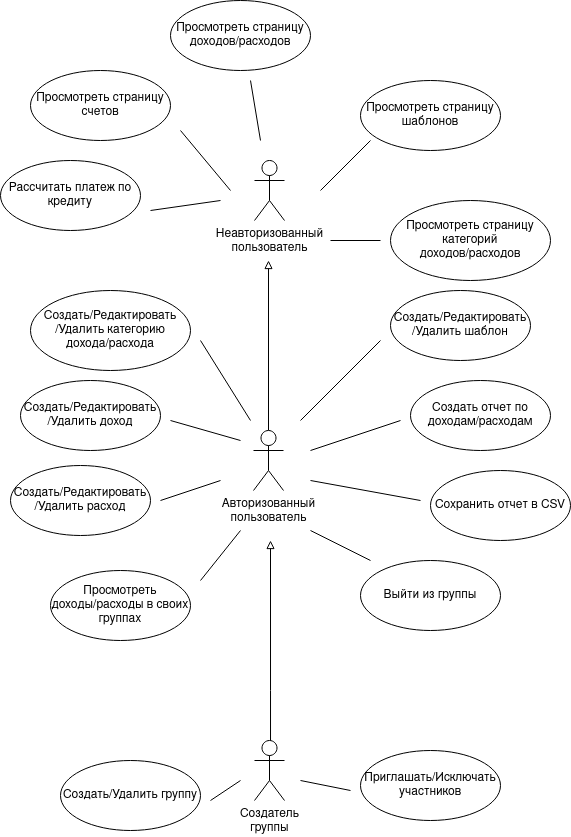
Above: diagrams/UseCase.png in dany0k/TP-5.2-2 (draw.io), before the change. Source tidied: cells renumbered, new cells last; positions are measured from the earlier drawing's top-left corner, leaving out a move shared by most shapes. Its diagram source:
```xml
<mxGraphModel>
  <root>
    <mxCell id="0" />
    <mxCell id="1" parent="0" />
    <mxCell id="2" value="&lt;div&gt;Неавторизованный&lt;/div&gt;&lt;div&gt;пользователь&lt;br&gt;&lt;/div&gt;" style="shape=umlActor;verticalLabelPosition=bottom;verticalAlign=top;html=1;" parent="1" vertex="1">
      <mxGeometry x="254" y="160" width="30" height="60" as="geometry" />
    </mxCell>
    <mxCell id="3" style="edgeStyle=orthogonalEdgeStyle;rounded=0;jettySize=auto;html=1;endArrow=block;endFill=0;" parent="1" edge="1" source="4">
      <mxGeometry relative="1" as="geometry">
        <mxPoint x="268" y="260" as="targetPoint" />
      </mxGeometry>
    </mxCell>
    <mxCell id="4" value="&lt;div&gt;Авторизованный&lt;/div&gt;&lt;div&gt;пользователь&lt;br&gt;&lt;/div&gt;" style="shape=umlActor;verticalLabelPosition=bottom;verticalAlign=top;html=1;outlineConnect=0;" parent="1" vertex="1">
      <mxGeometry x="253" y="430" width="30" height="60" as="geometry" />
    </mxCell>
    <mxCell id="5" style="edgeStyle=orthogonalEdgeStyle;rounded=0;jettySize=auto;html=1;endArrow=block;endFill=0;" parent="1" edge="1" source="6">
      <mxGeometry relative="1" as="geometry">
        <mxPoint x="270" y="540" as="targetPoint" />
        <Array as="points">
          <mxPoint x="270" y="690" />
          <mxPoint x="270" y="690" />
        </Array>
      </mxGeometry>
    </mxCell>
    <mxCell id="6" value="&lt;div&gt;Создатель&lt;/div&gt;&lt;div&gt;группы&lt;br&gt;&lt;/div&gt;" style="shape=umlActor;verticalLabelPosition=bottom;verticalAlign=top;html=1;outlineConnect=0;" parent="1" vertex="1">
      <mxGeometry x="254" y="740" width="30" height="60" as="geometry" />
    </mxCell>
    <mxCell id="7" value="Рассчитать платеж по кредиту" style="ellipse;whiteSpace=wrap;html=1;" parent="1" vertex="1">
      <mxGeometry y="160" width="140" height="70" as="geometry" />
    </mxCell>
    <mxCell id="8" value="Просмотреть страницу счетов" style="ellipse;whiteSpace=wrap;html=1;" parent="1" vertex="1">
      <mxGeometry x="30" y="70" width="140" height="70" as="geometry" />
    </mxCell>
    <mxCell id="9" value="Просмотреть страницу доходов/расходов" style="ellipse;whiteSpace=wrap;html=1;" parent="1" vertex="1">
      <mxGeometry x="170" width="140" height="70" as="geometry" />
    </mxCell>
    <mxCell id="10" value="Просмотреть страницу шаблонов" style="ellipse;whiteSpace=wrap;html=1;" parent="1" vertex="1">
      <mxGeometry x="360" y="80" width="140" height="70" as="geometry" />
    </mxCell>
    <mxCell id="11" value="Просмотреть страницу категорий доходов/расходов" style="ellipse;whiteSpace=wrap;html=1;" parent="1" vertex="1">
      <mxGeometry x="390" y="200" width="160" height="80" as="geometry" />
    </mxCell>
    <mxCell id="12" style="endArrow=none;html=1;rounded=0;" parent="1" edge="1">
      <mxGeometry relative="1" as="geometry">
        <mxPoint x="320" y="190" as="sourcePoint" />
        <mxPoint x="370" y="140" as="targetPoint" />
      </mxGeometry>
    </mxCell>
    <mxCell id="13" style="endArrow=none;html=1;rounded=0;" parent="1" edge="1">
      <mxGeometry relative="1" as="geometry">
        <mxPoint x="330" y="240" as="sourcePoint" />
        <mxPoint x="380" y="240" as="targetPoint" />
      </mxGeometry>
    </mxCell>
    <mxCell id="14" style="endArrow=none;html=1;rounded=0;" parent="1" edge="1">
      <mxGeometry relative="1" as="geometry">
        <mxPoint x="260" y="140" as="sourcePoint" />
        <mxPoint x="250" y="80" as="targetPoint" />
      </mxGeometry>
    </mxCell>
    <mxCell id="15" style="endArrow=none;html=1;rounded=0;" parent="1" edge="1">
      <mxGeometry relative="1" as="geometry">
        <mxPoint x="230" y="190" as="sourcePoint" />
        <mxPoint x="180" y="130" as="targetPoint" />
      </mxGeometry>
    </mxCell>
    <mxCell id="16" style="endArrow=none;html=1;rounded=0;" parent="1" edge="1">
      <mxGeometry relative="1" as="geometry">
        <mxPoint x="150" y="210" as="sourcePoint" />
        <mxPoint x="220" y="200" as="targetPoint" />
      </mxGeometry>
    </mxCell>
    <mxCell id="17" value="Создать/Редактировать/Удалить доход" style="ellipse;whiteSpace=wrap;html=1;" parent="1" vertex="1">
      <mxGeometry x="20" y="380" width="140" height="70" as="geometry" />
    </mxCell>
    <mxCell id="18" value="Создать/Редактировать/Удалить расход" style="ellipse;whiteSpace=wrap;html=1;" parent="1" vertex="1">
      <mxGeometry x="10" y="465" width="140" height="70" as="geometry" />
    </mxCell>
    <mxCell id="19" value="Создать/Редактировать/Удалить категорию дохода/расхода" style="ellipse;whiteSpace=wrap;html=1;" parent="1" vertex="1">
      <mxGeometry x="30" y="290" width="160" height="80" as="geometry" />
    </mxCell>
    <mxCell id="20" value="Создать/Редактировать/Удалить шаблон" style="ellipse;whiteSpace=wrap;html=1;" parent="1" vertex="1">
      <mxGeometry x="390" y="290" width="140" height="70" as="geometry" />
    </mxCell>
    <mxCell id="21" value="Сохранить отчет в CSV" style="ellipse;whiteSpace=wrap;html=1;" parent="1" vertex="1">
      <mxGeometry x="430" y="470" width="140" height="70" as="geometry" />
    </mxCell>
    <mxCell id="22" value="Создать отчет по доходам/расходам" style="ellipse;whiteSpace=wrap;html=1;" parent="1" vertex="1">
      <mxGeometry x="410" y="380" width="140" height="70" as="geometry" />
    </mxCell>
    <mxCell id="23" value="Просмотреть доходы/расходы в своих группах " style="ellipse;whiteSpace=wrap;html=1;" parent="1" vertex="1">
      <mxGeometry x="50" y="570" width="140" height="70" as="geometry" />
    </mxCell>
    <mxCell id="24" value="Выйти из группы" style="ellipse;whiteSpace=wrap;html=1;" parent="1" vertex="1">
      <mxGeometry x="360" y="560" width="140" height="70" as="geometry" />
    </mxCell>
    <mxCell id="25" style="endArrow=none;html=1;rounded=0;" parent="1" edge="1">
      <mxGeometry relative="1" as="geometry">
        <mxPoint x="250" y="420" as="sourcePoint" />
        <mxPoint x="200" y="340" as="targetPoint" />
      </mxGeometry>
    </mxCell>
    <mxCell id="26" style="endArrow=none;html=1;rounded=0;" parent="1" edge="1">
      <mxGeometry relative="1" as="geometry">
        <mxPoint x="240" y="440" as="sourcePoint" />
        <mxPoint x="170" y="420" as="targetPoint" />
      </mxGeometry>
    </mxCell>
    <mxCell id="27" style="endArrow=none;html=1;rounded=0;" parent="1" edge="1">
      <mxGeometry relative="1" as="geometry">
        <mxPoint x="160" y="500" as="sourcePoint" />
        <mxPoint x="220" y="480" as="targetPoint" />
      </mxGeometry>
    </mxCell>
    <mxCell id="28" style="endArrow=none;html=1;rounded=0;" parent="1" edge="1">
      <mxGeometry relative="1" as="geometry">
        <mxPoint x="200" y="580" as="sourcePoint" />
        <mxPoint x="240" y="530" as="targetPoint" />
      </mxGeometry>
    </mxCell>
    <mxCell id="29" style="endArrow=none;html=1;rounded=0;" parent="1" edge="1">
      <mxGeometry relative="1" as="geometry">
        <mxPoint x="300" y="420" as="sourcePoint" />
        <mxPoint x="380" y="340" as="targetPoint" />
      </mxGeometry>
    </mxCell>
    <mxCell id="30" style="endArrow=none;html=1;rounded=0;" parent="1" edge="1">
      <mxGeometry relative="1" as="geometry">
        <mxPoint x="310" y="450" as="sourcePoint" />
        <mxPoint x="400" y="420" as="targetPoint" />
      </mxGeometry>
    </mxCell>
    <mxCell id="31" style="endArrow=none;html=1;rounded=0;" parent="1" edge="1">
      <mxGeometry relative="1" as="geometry">
        <mxPoint x="310" y="480" as="sourcePoint" />
        <mxPoint x="420" y="500" as="targetPoint" />
      </mxGeometry>
    </mxCell>
    <mxCell id="32" style="endArrow=none;html=1;rounded=0;" parent="1" edge="1">
      <mxGeometry relative="1" as="geometry">
        <mxPoint x="310" y="530" as="sourcePoint" />
        <mxPoint x="370" y="560" as="targetPoint" />
      </mxGeometry>
    </mxCell>
    <mxCell id="33" value="Создать/Удалить группу" style="ellipse;whiteSpace=wrap;html=1;" parent="1" vertex="1">
      <mxGeometry x="60" y="760" width="140" height="70" as="geometry" />
    </mxCell>
    <mxCell id="34" value="Приглашать/Исключать участников" style="ellipse;whiteSpace=wrap;html=1;" parent="1" vertex="1">
      <mxGeometry x="360" y="750" width="140" height="70" as="geometry" />
    </mxCell>
    <mxCell id="35" style="endArrow=none;html=1;rounded=0;" parent="1" edge="1">
      <mxGeometry relative="1" as="geometry">
        <mxPoint x="300" y="780" as="sourcePoint" />
        <mxPoint x="350" y="790" as="targetPoint" />
      </mxGeometry>
    </mxCell>
    <mxCell id="36" style="endArrow=none;html=1;rounded=0;" parent="1" edge="1">
      <mxGeometry relative="1" as="geometry">
        <mxPoint x="240" y="780" as="sourcePoint" />
        <mxPoint x="210" y="800" as="targetPoint" />
      </mxGeometry>
    </mxCell>
  </root>
</mxGraphModel>
```
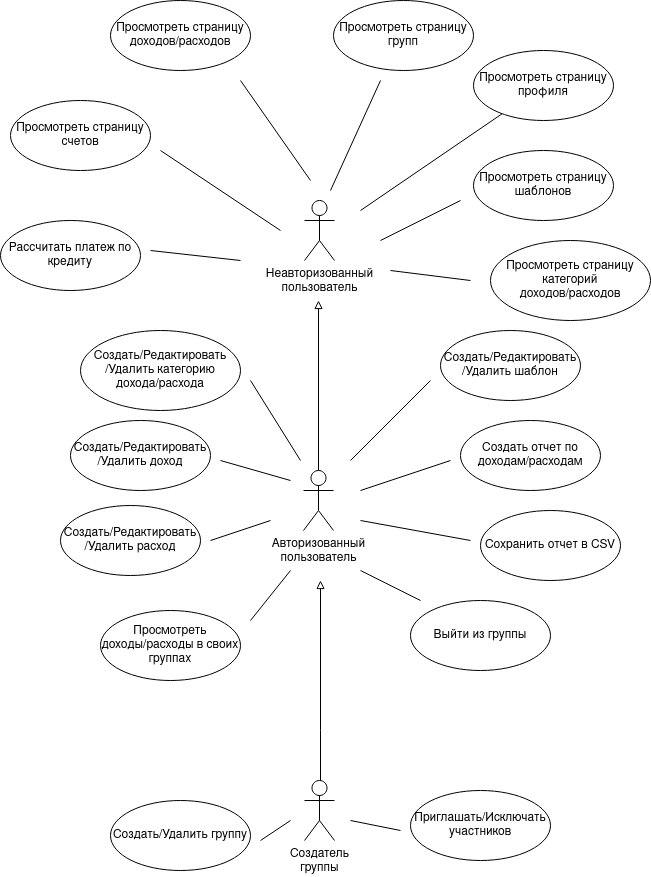
Later version of the same file.

Diff of the diagram source:
```diff
@@ -26,48 +26,47 @@
       <mxGeometry x="254" y="740" width="30" height="60" as="geometry" />
     </mxCell>
     <mxCell id="7" value="Рассчитать платеж по кредиту" style="ellipse;whiteSpace=wrap;html=1;" parent="1" vertex="1">
-      <mxGeometry y="160" width="140" height="70" as="geometry" />
+      <mxGeometry x="-50" y="180" width="140" height="70" as="geometry" />
     </mxCell>
     <mxCell id="8" value="Просмотреть страницу счетов" style="ellipse;whiteSpace=wrap;html=1;" parent="1" vertex="1">
-      <mxGeometry x="30" y="70" width="140" height="70" as="geometry" />
+      <mxGeometry x="-40" y="60" width="140" height="70" as="geometry" />
     </mxCell>
     <mxCell id="9" value="Просмотреть страницу доходов/расходов" style="ellipse;whiteSpace=wrap;html=1;" parent="1" vertex="1">
-      <mxGeometry x="170" width="140" height="70" as="geometry" />
+      <mxGeometry x="60" y="-40" width="140" height="70" as="geometry" />
     </mxCell>
     <mxCell id="10" value="Просмотреть страницу шаблонов" style="ellipse;whiteSpace=wrap;html=1;" parent="1" vertex="1">
-      <mxGeometry x="360" y="80" width="140" height="70" as="geometry" />
+      <mxGeometry x="423" y="110" width="140" height="70" as="geometry" />
     </mxCell>
     <mxCell id="11" value="Просмотреть страницу категорий доходов/расходов" style="ellipse;whiteSpace=wrap;html=1;" parent="1" vertex="1">
-      <mxGeometry x="390" y="200" width="160" height="80" as="geometry" />
+      <mxGeometry x="440" y="200" width="160" height="80" as="geometry" />
     </mxCell>
-    <mxCell id="12" style="endArrow=none;html=1;rounded=0;" parent="1" edge="1">
+    <mxCell id="12" style="endArrow=none;html=1;rounded=0;" parent="1" edge="1" target="37">
       <mxGeometry relative="1" as="geometry">
-        <mxPoint x="320" y="190" as="sourcePoint" />
-        <mxPoint x="370" y="140" as="targetPoint" />
+        <mxPoint x="310" y="170" as="sourcePoint" />
       </mxGeometry>
     </mxCell>
     <mxCell id="13" style="endArrow=none;html=1;rounded=0;" parent="1" edge="1">
       <mxGeometry relative="1" as="geometry">
-        <mxPoint x="330" y="240" as="sourcePoint" />
-        <mxPoint x="380" y="240" as="targetPoint" />
+        <mxPoint x="340" y="230" as="sourcePoint" />
+        <mxPoint x="420" y="240" as="targetPoint" />
       </mxGeometry>
     </mxCell>
     <mxCell id="14" style="endArrow=none;html=1;rounded=0;" parent="1" edge="1">
       <mxGeometry relative="1" as="geometry">
         <mxPoint x="260" y="140" as="sourcePoint" />
-        <mxPoint x="250" y="80" as="targetPoint" />
+        <mxPoint x="190" y="40" as="targetPoint" />
       </mxGeometry>
     </mxCell>
     <mxCell id="15" style="endArrow=none;html=1;rounded=0;" parent="1" edge="1">
       <mxGeometry relative="1" as="geometry">
         <mxPoint x="230" y="190" as="sourcePoint" />
-        <mxPoint x="180" y="130" as="targetPoint" />
+        <mxPoint x="110" y="110" as="targetPoint" />
       </mxGeometry>
     </mxCell>
     <mxCell id="16" style="endArrow=none;html=1;rounded=0;" parent="1" edge="1">
       <mxGeometry relative="1" as="geometry">
-        <mxPoint x="150" y="210" as="sourcePoint" />
-        <mxPoint x="220" y="200" as="targetPoint" />
+        <mxPoint x="100" y="210" as="sourcePoint" />
+        <mxPoint x="190" y="220" as="targetPoint" />
       </mxGeometry>
     </mxCell>
     <mxCell id="17" value="Создать/Редактировать/Удалить доход" style="ellipse;whiteSpace=wrap;html=1;" parent="1" vertex="1">
@@ -160,5 +159,23 @@
         <mxPoint x="210" y="800" as="targetPoint" />
       </mxGeometry>
     </mxCell>
+    <mxCell id="37" value="&lt;div&gt;Просмотреть страницу профиля&lt;/div&gt;" style="ellipse;whiteSpace=wrap;html=1;" parent="1" vertex="1">
+      <mxGeometry x="423" y="10" width="140" height="70" as="geometry" />
+    </mxCell>
+    <mxCell id="38" value="&lt;div&gt;Просмотреть страницу групп&lt;br&gt;&lt;/div&gt;" style="ellipse;whiteSpace=wrap;html=1;" parent="1" vertex="1">
+      <mxGeometry x="283" y="-40" width="140" height="70" as="geometry" />
+    </mxCell>
+    <mxCell id="39" style="endArrow=none;html=1;rounded=0;" parent="1" edge="1">
+      <mxGeometry relative="1" as="geometry">
+        <mxPoint x="280" y="150" as="sourcePoint" />
+        <mxPoint x="330" y="40" as="targetPoint" />
+      </mxGeometry>
+    </mxCell>
+    <mxCell id="40" style="endArrow=none;html=1;rounded=0;" parent="1" edge="1">
+      <mxGeometry relative="1" as="geometry">
+        <mxPoint x="330" y="200" as="sourcePoint" />
+        <mxPoint x="410" y="160" as="targetPoint" />
+      </mxGeometry>
+    </mxCell>
   </root>
 </mxGraphModel>
```
